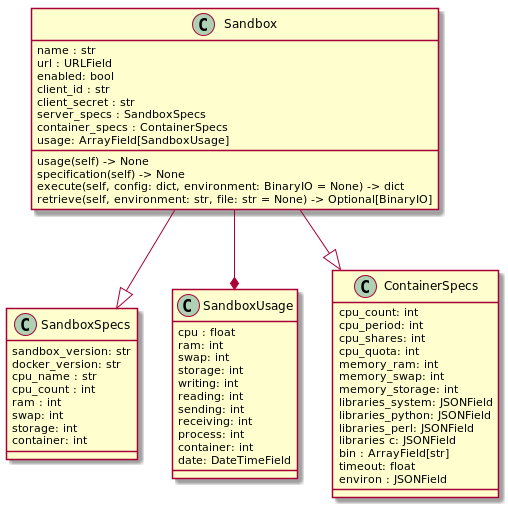
This is diagrammes/sandbox/sandbox.png from PremierLangage/platon-conception, a PlantUML export, as it was before one commit.
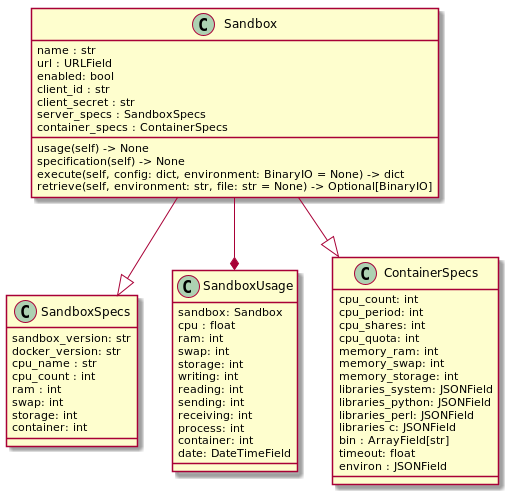
The same file after the commit.

Commit message:
Use a ForeignKey on SandboxUsage instead of ArrayField on Sandbox

What changed in the source:
```diff
@@ -13,6 +13,7 @@
 
 
 class SandboxUsage {
+    sandbox: Sandbox
     cpu : float
     ram: int
     swap: int
@@ -53,7 +54,6 @@
     client_secret : str
     server_specs : SandboxSpecs
     container_specs : ContainerSpecs
-    usage: ArrayField[SandboxUsage]
 
     usage(self) -> None
     specification(self) -> None
```
